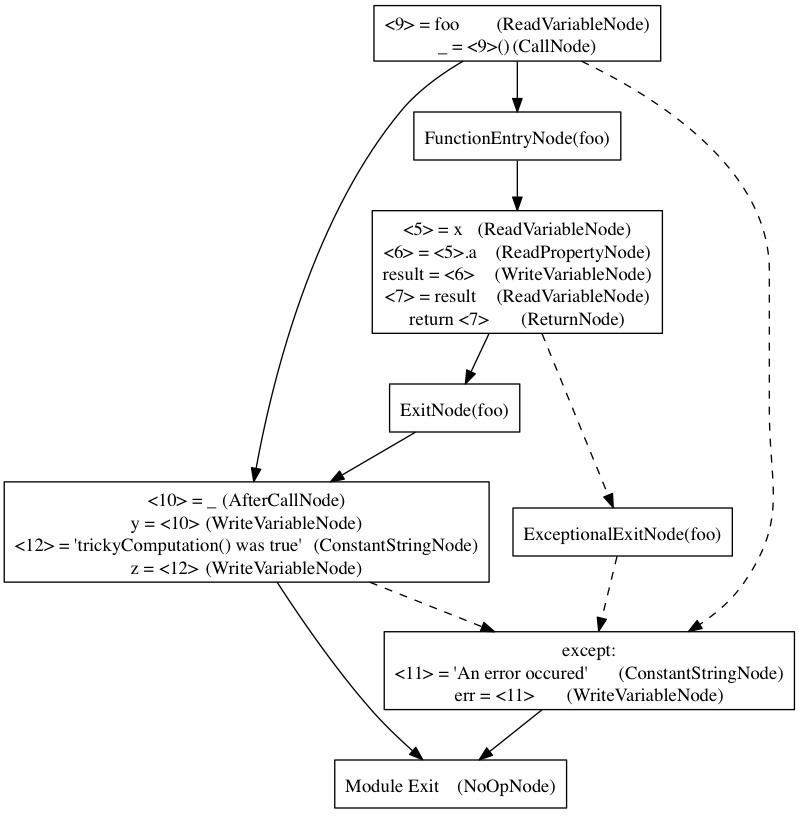
This is report/images/exception1.png from jstroem/TAPY, a Graphviz export, as it was before one commit. Its source is kept beside it as report/images/exception1.dot.
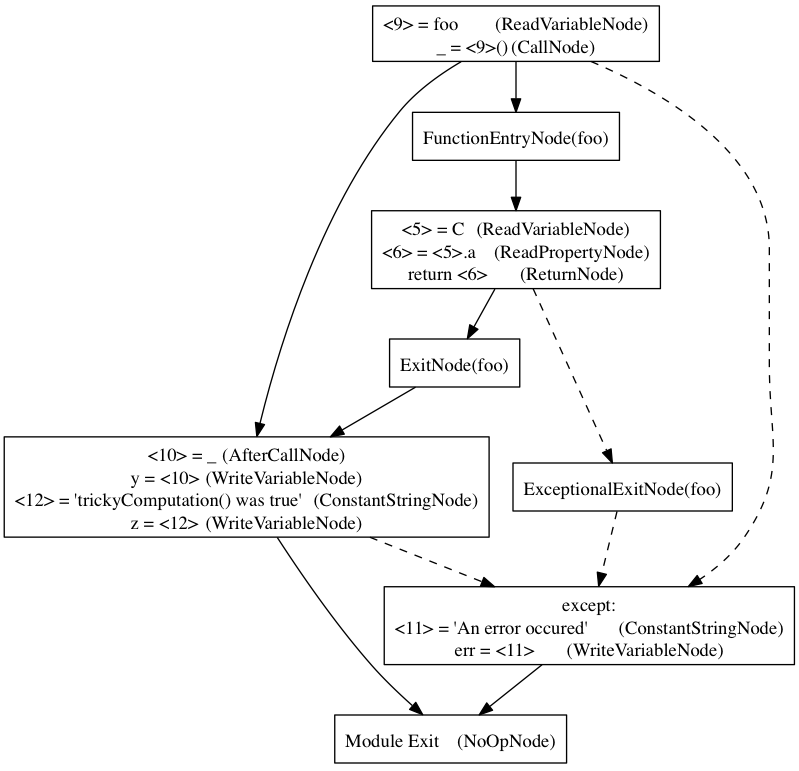
Later version of the same file.

Change to the diagram source:
```diff
@@ -2,7 +2,7 @@
 	overlap=scalexy;
 	node [shape=record];
 	"d25d3b63-a03b-4367-9caf-a7ffc1458ee8" [shape=record label="&lt;9&gt; = foo	(ReadVariableNode)\n_ = &lt;9&gt;()	(CallNode)"];
-	"89b7ab86-407d-469b-a18a-742b588dc080" [shape=record label="&lt;5&gt; = x	(ReadVariableNode)\n&lt;6&gt; = &lt;5&gt;.a	(ReadPropertyNode)\nresult = &lt;6&gt;	(WriteVariableNode)\n&lt;7&gt; = result	(ReadVariableNode)\nreturn &lt;7&gt;	(ReturnNode)"];
+	"89b7ab86-407d-469b-a18a-742b588dc080" [shape=record label="&lt;5&gt; = C	(ReadVariableNode)\n&lt;6&gt; = &lt;5&gt;.a	(ReadPropertyNode)\nreturn &lt;6&gt;	(ReturnNode)"];
 	"78d648cc-c347-44e6-b890-1d57f950f423" [shape=record label="&lt;10&gt; = _	(AfterCallNode)\ny = &lt;10&gt;	(WriteVariableNode)\n&lt;12&gt; = 'trickyComputation() was true'	(ConstantStringNode)\nz = &lt;12&gt;	(WriteVariableNode)"];
 	"4bdc015a-2629-4931-8239-454d2f3d79f3" [shape=record label="except:\n&lt;11&gt; = 'An error occured'	(ConstantStringNode)\nerr = &lt;11&gt;	(WriteVariableNode)"];
 	"2e24f1be-f20d-4256-9744-08b3ffb7065a" [shape=record label="ExitNode(foo)"];
```
